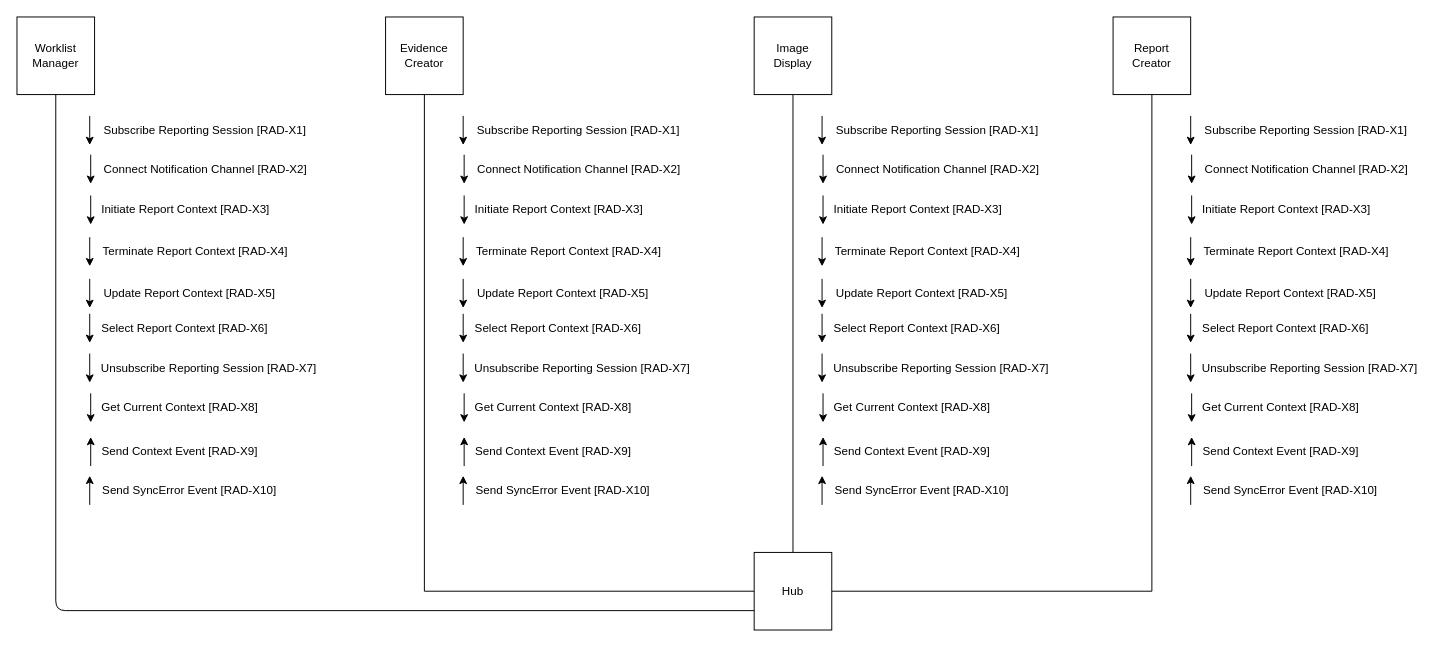
This is page "Concrete Actors" (2 of 2) of input/images-source/actor_transaction.drawio from IHE/RAD.IRA, a draw.io file, before an edit. Source tidied: cells renumbered, new cells numbered last; positions are measured from the earlier drawing's top-left corner, leaving out a move shared by most shapes. Both pictures are drawn from the tidied source at 97%, with x=0, y=0 at pixel (16, 16).
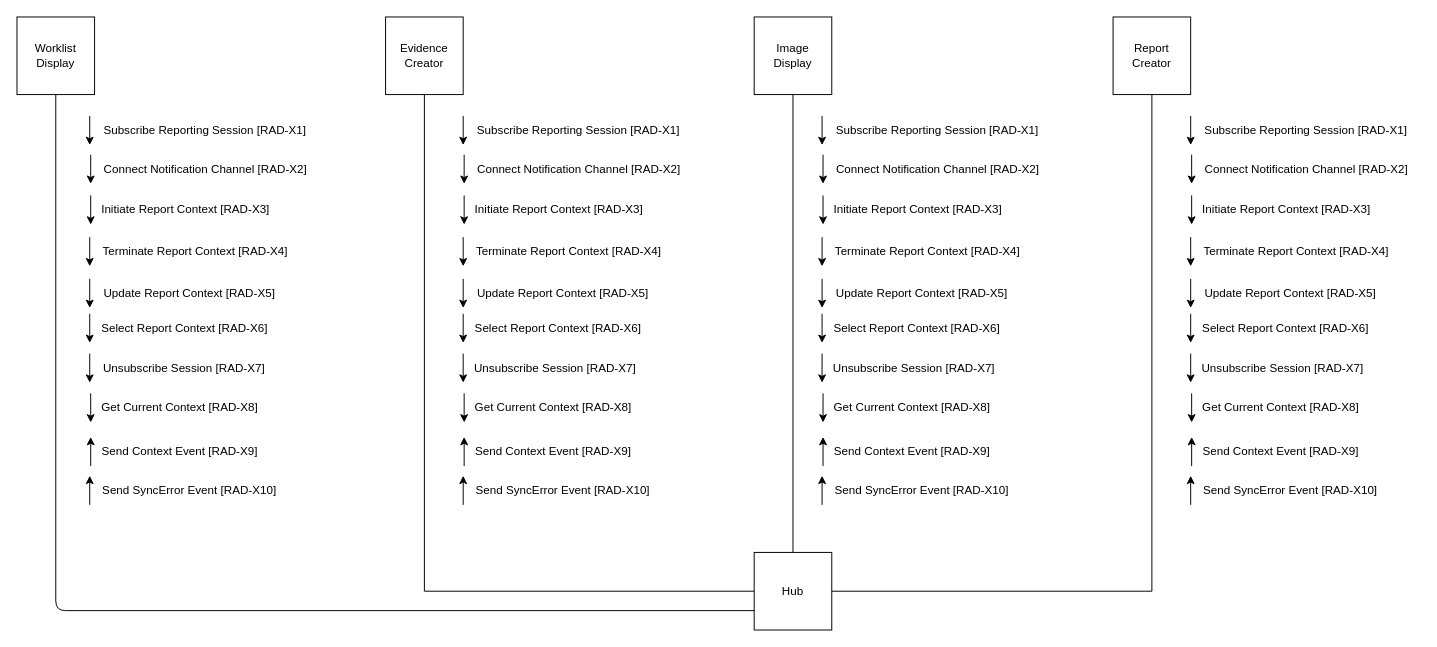
The same diagram, later.

Commit message (it also covers changes not shown here):
Changed to generic Subscriber actors and to be grouped with concrete actors.

What changed in the source:
```diff
@@
-    <mxCell id="26" value="Unsubscribe Reporting Session [RAD-X7]" style="text;html=1;strokeColor=none;fillColor=none;align=center;verticalAlign=middle;whiteSpace=wrap;rounded=0;" parent="1" vertex="1">
-      <mxGeometry x="470" y="347" width="226" height="30" as="geometry" />
+    <mxCell id="26" value="Unsubscribe Session [RAD-X7]" style="text;html=1;strokeColor=none;fillColor=none;align=center;verticalAlign=middle;whiteSpace=wrap;rounded=0;" parent="1" vertex="1">
+      <mxGeometry x="470" y="347" width="170" height="30" as="geometry" />
     </mxCell>
@@
-    <mxCell id="46" value="Unsubscribe Reporting Session [RAD-X7]" style="text;html=1;strokeColor=none;fillColor=none;align=center;verticalAlign=middle;whiteSpace=wrap;rounded=0;" parent="1" vertex="1">
-      <mxGeometry x="840" y="347" width="226" height="30" as="geometry" />
+    <mxCell id="46" value="Unsubscribe Session [RAD-X7]" style="text;html=1;strokeColor=none;fillColor=none;align=center;verticalAlign=middle;whiteSpace=wrap;rounded=0;" parent="1" vertex="1">
+      <mxGeometry x="840" y="347" width="170" height="30" as="geometry" />
     </mxCell>
@@
-    <mxCell id="66" value="Unsubscribe Reporting Session [RAD-X7]" style="text;html=1;strokeColor=none;fillColor=none;align=center;verticalAlign=middle;whiteSpace=wrap;rounded=0;" parent="1" vertex="1">
-      <mxGeometry x="1220" y="347" width="226" height="30" as="geometry" />
+    <mxCell id="66" value="Unsubscribe Session [RAD-X7]" style="text;html=1;strokeColor=none;fillColor=none;align=center;verticalAlign=middle;whiteSpace=wrap;rounded=0;" parent="1" vertex="1">
+      <mxGeometry x="1220" y="347" width="170" height="30" as="geometry" />
     </mxCell>
@@
-    <mxCell id="70" value="Worklist Manager" style="whiteSpace=wrap;html=1;" parent="1" vertex="1">
+    <mxCell id="70" value="Worklist Display" style="whiteSpace=wrap;html=1;" parent="1" vertex="1">
       <mxGeometry width="80" height="80" as="geometry" />
     </mxCell>
@@
-    <mxCell id="88" value="Unsubscribe Reporting Session [RAD-X7]" style="text;html=1;strokeColor=none;fillColor=none;align=center;verticalAlign=middle;whiteSpace=wrap;rounded=0;" parent="1" vertex="1">
-      <mxGeometry x="85" y="347" width="226" height="30" as="geometry" />
+    <mxCell id="88" value="Unsubscribe Session [RAD-X7]" style="text;html=1;strokeColor=none;fillColor=none;align=center;verticalAlign=middle;whiteSpace=wrap;rounded=0;" parent="1" vertex="1">
+      <mxGeometry x="85" y="347" width="175" height="30" as="geometry" />
     </mxCell>
```
